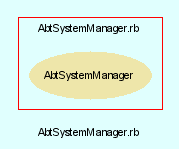
This is src/trunk/doc/dot/f_7.png from eschabell/abtlinux, a Graphviz export, as it was before one commit. Its source is kept beside it as src/trunk/doc/dot/f_7.dot.
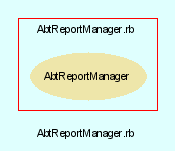
After the change.

What changed in the source:
```diff
@@ -3,24 +3,24 @@
     bgcolor = lightcyan1
     fontname = Arial
     fontsize = 8
-    label = "AbtSystemManager.rb"
+    label = "AbtReportManager.rb"
     node [
         fontname = Arial,
         fontsize = 8,
         color = black
     ]
 
-    subgraph cluster_8 {
+    subgraph cluster_7 {
         fontname = Arial
         color = red
-        label = "AbtSystemManager.rb"
-        AbtSystemManager [
+        label = "AbtReportManager.rb"
+        AbtReportManager [
             fontcolor = black,
-            URL = "classes/AbtSystemManager.html",
+            URL = "classes/AbtReportManager.html",
             shape = ellipse,
             color = palegoldenrod,
             style = filled,
-            label = "AbtSystemManager"
+            label = "AbtReportManager"
         ]
 
     }
```
